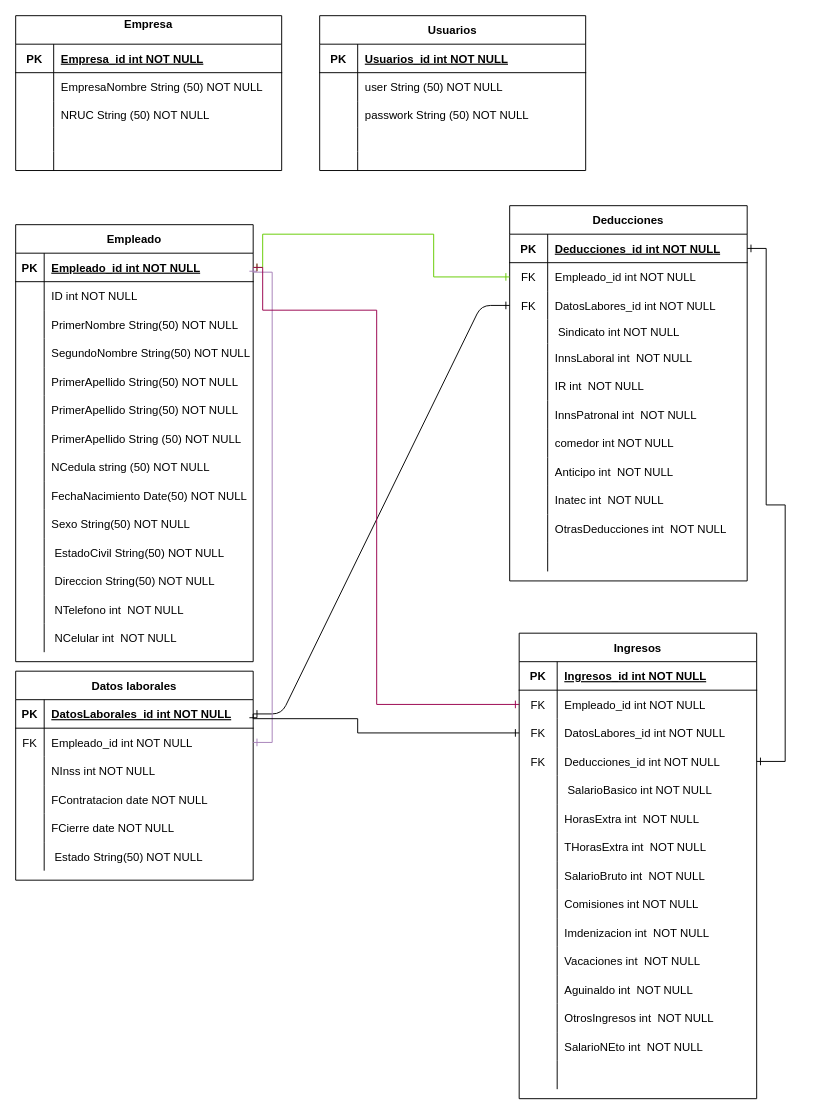
This is Diagrama sin título.drawio from Marlon-urtecho/BDEtityFramework, a draw.io file, before an edit. Source tidied: cells renumbered, new cells numbered last; positions are measured from the earlier drawing's top-left corner, leaving out a move shared by most shapes. Both pictures are drawn from the tidied source at 95%, with x=0, y=0 at pixel (15, 15).
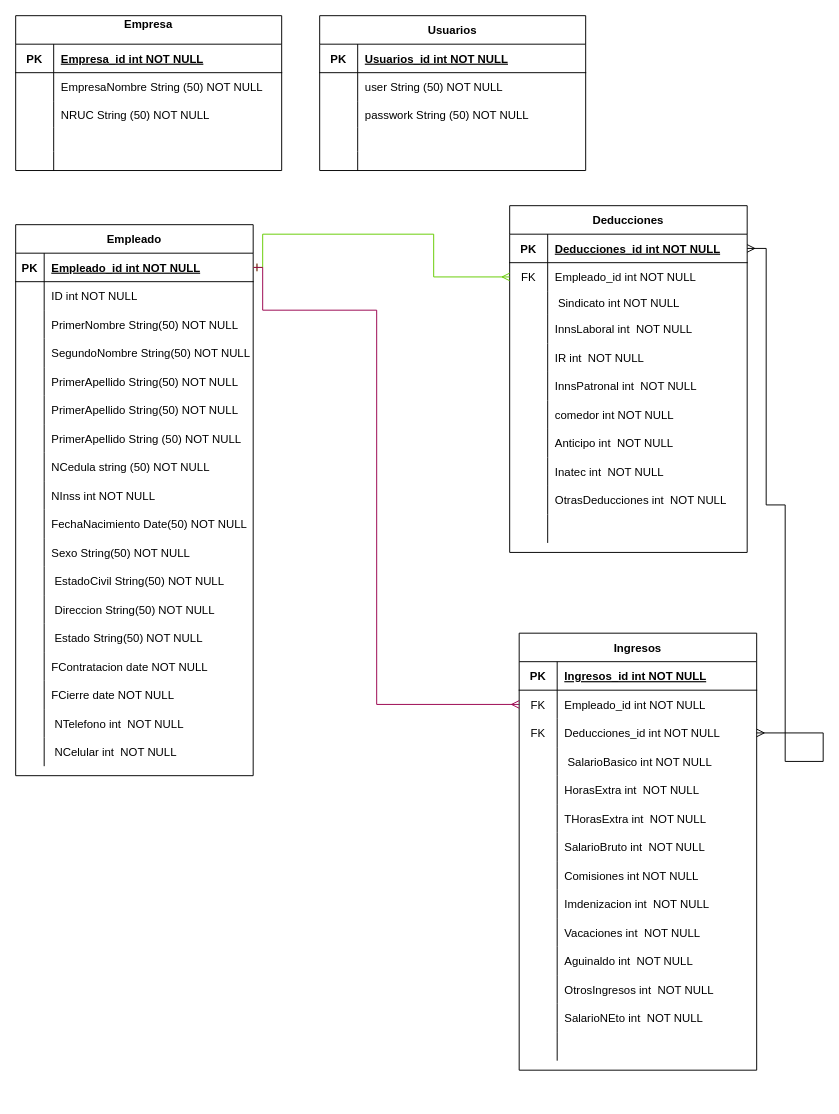
The same page after the edit.

The change refers to these unchanged cells:
```xml
<mxCell id="4" style="shape=partialRectangle;fillColor=none;points=[[0,0.5],[1,0.5]];portConstraint=eastwest;top=0;left=0;right=0;bottom=1;" parent="3" vertex="1">
  <mxGeometry y="30" width="250" height="30" as="geometry" />
</mxCell>
<mxCell id="47" style="shape=partialRectangle;fillColor=none;points=[[0,0.5],[1,0.5]];portConstraint=eastwest;top=0;left=0;right=0;bottom=1;" parent="46" vertex="1">
  <mxGeometry y="30" width="250" height="30" as="geometry" />
</mxCell>
<mxCell id="50" style="shape=partialRectangle;fillColor=none;points=[[0,0.5],[1,0.5]];portConstraint=eastwest;top=0;left=0;right=0;bottom=0;" parent="46" vertex="1">
  <mxGeometry y="60" width="250" height="30" as="geometry" />
</mxCell>
<mxCell id="106" style="shape=partialRectangle;fillColor=none;points=[[0,0.5],[1,0.5]];portConstraint=eastwest;top=0;left=0;right=0;bottom=0;" parent="102" vertex="1">
  <mxGeometry y="60" width="250" height="30" as="geometry" />
</mxCell>
```

The edit, as a diff of the source:
```diff
@@
-    <mxCell id="2" style="edgeStyle=entityRelationEdgeStyle;endArrow=ERone;startArrow=ERone;endFill=0;startFill=0;exitX=1;exitY=0.5;exitDx=0;exitDy=0;" parent="1" edge="1" source="84" target="53">
-      <mxGeometry relative="1" as="geometry">
-        <Array as="points">
-          <mxPoint x="490" y="460" />
-          <mxPoint x="430" y="550" />
-          <mxPoint x="340" y="470" />
-          <mxPoint x="510" y="460" />
-        </Array>
-      </mxGeometry>
-    </mxCell>
     <mxCell id="3" value="Empleado" style="shape=table;startSize=30;childLayout=tableLayout;rowLines=0;fontStyle=1;align=center;" parent="1" vertex="1">
-      <mxGeometry y="220" width="250" height="460" as="geometry" />
+      <mxGeometry y="220" width="250" height="580" as="geometry" />
     </mxCell>
@@
+    <mxCell id="90" style="shape=partialRectangle;fillColor=none;top=0;left=0;right=0;bottom=0;" parent="3" vertex="1">
+      <mxGeometry y="270" width="250" height="30" as="geometry" />
+    </mxCell>
+    <mxCell id="91" style="shape=partialRectangle;overflow=hidden;fillColor=none;top=0;left=0;bottom=0;right=0;" parent="90" vertex="1">
+      <mxGeometry width="30" height="30" as="geometry" />
+    </mxCell>
+    <mxCell id="92" value="NInss int NOT NULL" style="shape=partialRectangle;overflow=hidden;fillColor=none;top=0;left=0;bottom=0;right=0;align=left;spacingLeft=6;" parent="90" vertex="1">
+      <mxGeometry x="30" width="220" height="30" as="geometry" />
+    </mxCell>
     <mxCell id="28" style="shape=partialRectangle;fillColor=none;top=0;left=0;right=0;bottom=0;" parent="3" vertex="1">
-      <mxGeometry y="270" width="250" height="30" as="geometry" />
+      <mxGeometry y="300" width="250" height="30" as="geometry" />
     </mxCell>
@@
     <mxCell id="31" style="shape=partialRectangle;fillColor=none;top=0;left=0;right=0;bottom=0;" parent="3" vertex="1">
-      <mxGeometry y="300" width="250" height="30" as="geometry" />
+      <mxGeometry y="330" width="250" height="30" as="geometry" />
     </mxCell>
@@
     <mxCell id="34" style="shape=partialRectangle;fillColor=none;top=0;left=0;right=0;bottom=0;" parent="3" vertex="1">
-      <mxGeometry y="330" width="250" height="30" as="geometry" />
+      <mxGeometry y="360" width="250" height="30" as="geometry" />
     </mxCell>
@@
     <mxCell id="37" style="shape=partialRectangle;fillColor=none;top=0;left=0;right=0;bottom=0;" parent="3" vertex="1">
-      <mxGeometry y="360" width="250" height="30" as="geometry" />
+      <mxGeometry y="390" width="250" height="30" as="geometry" />
     </mxCell>
@@
+    <mxCell id="99" style="shape=partialRectangle;fillColor=none;top=0;left=0;right=0;bottom=0;" parent="3" vertex="1">
+      <mxGeometry y="420" width="250" height="30" as="geometry" />
+    </mxCell>
+    <mxCell id="100" style="shape=partialRectangle;overflow=hidden;fillColor=none;top=0;left=0;bottom=0;right=0;" parent="99" vertex="1">
+      <mxGeometry width="30" height="30" as="geometry" />
+    </mxCell>
+    <mxCell id="101" value=" Estado String(50) NOT NULL" style="shape=partialRectangle;overflow=hidden;fillColor=none;top=0;left=0;bottom=0;right=0;align=left;spacingLeft=6;" parent="99" vertex="1">
+      <mxGeometry x="30" width="220" height="30" as="geometry" />
+    </mxCell>
+    <mxCell id="93" style="shape=partialRectangle;fillColor=none;top=0;left=0;right=0;bottom=0;" parent="3" vertex="1">
+      <mxGeometry y="450" width="250" height="30" as="geometry" />
+    </mxCell>
+    <mxCell id="94" style="shape=partialRectangle;overflow=hidden;fillColor=none;top=0;left=0;bottom=0;right=0;" parent="93" vertex="1">
+      <mxGeometry width="30" height="30" as="geometry" />
+    </mxCell>
+    <mxCell id="95" value="FContratacion date NOT NULL" style="shape=partialRectangle;overflow=hidden;fillColor=none;top=0;left=0;bottom=0;right=0;align=left;spacingLeft=6;" parent="93" vertex="1">
+      <mxGeometry x="30" width="220" height="30" as="geometry" />
+    </mxCell>
+    <mxCell id="96" style="shape=partialRectangle;fillColor=none;top=0;left=0;right=0;bottom=0;" parent="3" vertex="1">
+      <mxGeometry y="480" width="250" height="30" as="geometry" />
+    </mxCell>
+    <mxCell id="97" style="shape=partialRectangle;overflow=hidden;fillColor=none;top=0;left=0;bottom=0;right=0;" parent="96" vertex="1">
+      <mxGeometry width="30" height="30" as="geometry" />
+    </mxCell>
+    <mxCell id="98" value="FCierre date NOT NULL" style="shape=partialRectangle;overflow=hidden;fillColor=none;top=0;left=0;bottom=0;right=0;align=left;spacingLeft=6;" parent="96" vertex="1">
+      <mxGeometry x="30" width="220" height="30" as="geometry" />
+    </mxCell>
     <mxCell id="40" style="shape=partialRectangle;fillColor=none;top=0;left=0;right=0;bottom=0;" parent="3" vertex="1">
-      <mxGeometry y="390" width="250" height="30" as="geometry" />
+      <mxGeometry y="510" width="250" height="30" as="geometry" />
     </mxCell>
@@
     <mxCell id="43" style="shape=partialRectangle;fillColor=none;top=0;left=0;right=0;bottom=0;" parent="3" vertex="1">
-      <mxGeometry y="420" width="250" height="30" as="geometry" />
+      <mxGeometry y="540" width="250" height="30" as="geometry" />
     </mxCell>
@@
     <mxCell id="46" value="Deducciones" style="shape=table;startSize=30;childLayout=tableLayout;rowLines=0;fontStyle=1;align=center;" parent="1" vertex="1">
-      <mxGeometry x="520" y="200" width="250" height="395" as="geometry" />
+      <mxGeometry x="520" y="200" width="250" height="365" as="geometry" />
     </mxCell>
@@
-    <mxCell id="53" style="shape=partialRectangle;fillColor=none;points=[[0,0.5],[1,0.5]];portConstraint=eastwest;top=0;left=0;right=0;bottom=0;" parent="46" vertex="1">
-      <mxGeometry y="90" width="250" height="30" as="geometry" />
-    </mxCell>
-    <mxCell id="54" value="FK" style="shape=partialRectangle;overflow=hidden;fillColor=none;top=0;left=0;bottom=0;right=0;" parent="53" vertex="1">
-      <mxGeometry width="40" height="30" as="geometry" />
-    </mxCell>
-    <mxCell id="55" value="DatosLabores_id int NOT NULL" style="shape=partialRectangle;overflow=hidden;fillColor=none;top=0;left=0;bottom=0;right=0;align=left;spacingLeft=6;" parent="53" vertex="1">
-      <mxGeometry x="40" width="210" height="30" as="geometry" />
-    </mxCell>
     <mxCell id="56" style="shape=partialRectangle;fillColor=none;top=0;left=0;right=0;bottom=0;" parent="46" vertex="1">
-      <mxGeometry y="120" width="250" height="25" as="geometry" />
+      <mxGeometry y="90" width="250" height="25" as="geometry" />
     </mxCell>
@@
     <mxCell id="59" style="shape=partialRectangle;fillColor=none;top=0;left=0;right=0;bottom=0;" parent="46" vertex="1">
-      <mxGeometry y="145" width="250" height="30" as="geometry" />
+      <mxGeometry y="115" width="250" height="30" as="geometry" />
     </mxCell>
@@
     <mxCell id="62" style="shape=partialRectangle;fillColor=none;top=0;left=0;right=0;bottom=0;" parent="46" vertex="1">
-      <mxGeometry y="175" width="250" height="30" as="geometry" />
+      <mxGeometry y="145" width="250" height="30" as="geometry" />
     </mxCell>
@@
     <mxCell id="65" style="shape=partialRectangle;fillColor=none;top=0;left=0;right=0;bottom=0;" parent="46" vertex="1">
-      <mxGeometry y="205" width="250" height="30" as="geometry" />
+      <mxGeometry y="175" width="250" height="30" as="geometry" />
     </mxCell>
@@
     <mxCell id="68" style="shape=partialRectangle;fillColor=none;top=0;left=0;right=0;bottom=0;" parent="46" vertex="1">
-      <mxGeometry y="235" width="250" height="30" as="geometry" />
+      <mxGeometry y="205" width="250" height="30" as="geometry" />
     </mxCell>
@@
     <mxCell id="71" style="shape=partialRectangle;fillColor=none;top=0;left=0;right=0;bottom=0;" parent="46" vertex="1">
-      <mxGeometry y="265" width="250" height="30" as="geometry" />
+      <mxGeometry y="235" width="250" height="30" as="geometry" />
     </mxCell>
@@
     <mxCell id="74" style="shape=partialRectangle;fillColor=none;top=0;left=0;right=0;bottom=0;" parent="46" vertex="1">
-      <mxGeometry y="295" width="250" height="30" as="geometry" />
+      <mxGeometry y="265" width="250" height="30" as="geometry" />
     </mxCell>
@@
     <mxCell id="77" style="shape=partialRectangle;fillColor=none;top=0;left=0;right=0;bottom=0;" parent="46" vertex="1">
-      <mxGeometry y="325" width="250" height="30" as="geometry" />
+      <mxGeometry y="295" width="250" height="30" as="geometry" />
     </mxCell>
@@
     <mxCell id="80" style="shape=partialRectangle;fillColor=none;top=0;left=0;right=0;bottom=0;" parent="46" vertex="1">
-      <mxGeometry y="355" width="250" height="30" as="geometry" />
+      <mxGeometry y="325" width="250" height="30" as="geometry" />
     </mxCell>
@@
-    <mxCell id="83" value="Datos laborales" style="shape=table;startSize=30;childLayout=tableLayout;rowLines=0;fontStyle=1;align=center;" parent="1" vertex="1">
-      <mxGeometry y="690" width="250" height="220" as="geometry" />
-    </mxCell>
-    <mxCell id="84" style="shape=partialRectangle;fillColor=none;points=[[0,0.5],[1,0.5]];portConstraint=eastwest;top=0;left=0;right=0;bottom=1;" parent="83" vertex="1">
-      <mxGeometry y="30" width="250" height="30" as="geometry" />
-    </mxCell>
-    <mxCell id="85" value="PK" style="shape=partialRectangle;overflow=hidden;fillColor=none;top=0;left=0;bottom=0;right=0;fontStyle=1;" parent="84" vertex="1">
-      <mxGeometry width="30" height="30" as="geometry" />
-    </mxCell>
-    <mxCell id="86" value="DatosLaborales_id int NOT NULL " style="shape=partialRectangle;overflow=hidden;fillColor=none;top=0;left=0;bottom=0;right=0;align=left;spacingLeft=6;fontStyle=5;" parent="84" vertex="1">
-      <mxGeometry x="30" width="220" height="30" as="geometry" />
-    </mxCell>
-    <mxCell id="87" style="shape=partialRectangle;fillColor=none;points=[[0,0.5],[1,0.5]];portConstraint=eastwest;top=0;left=0;right=0;bottom=0;" parent="83" vertex="1">
-      <mxGeometry y="60" width="250" height="30" as="geometry" />
-    </mxCell>
-    <mxCell id="88" value="FK" style="shape=partialRectangle;overflow=hidden;fillColor=none;top=0;left=0;bottom=0;right=0;" parent="87" vertex="1">
-      <mxGeometry width="30" height="30" as="geometry" />
-    </mxCell>
-    <mxCell id="89" value="Empleado_id int NOT NULL" style="shape=partialRectangle;overflow=hidden;fillColor=none;top=0;left=0;bottom=0;right=0;align=left;spacingLeft=6;" parent="87" vertex="1">
-      <mxGeometry x="30" width="220" height="30" as="geometry" />
-    </mxCell>
-    <mxCell id="90" style="shape=partialRectangle;fillColor=none;top=0;left=0;right=0;bottom=0;" parent="83" vertex="1">
-      <mxGeometry y="90" width="250" height="30" as="geometry" />
-    </mxCell>
-    <mxCell id="91" style="shape=partialRectangle;overflow=hidden;fillColor=none;top=0;left=0;bottom=0;right=0;" parent="90" vertex="1">
-      <mxGeometry width="30" height="30" as="geometry" />
-    </mxCell>
-    <mxCell id="92" value="NInss int NOT NULL" style="shape=partialRectangle;overflow=hidden;fillColor=none;top=0;left=0;bottom=0;right=0;align=left;spacingLeft=6;" parent="90" vertex="1">
-      <mxGeometry x="30" width="220" height="30" as="geometry" />
-    </mxCell>
-    <mxCell id="93" style="shape=partialRectangle;fillColor=none;top=0;left=0;right=0;bottom=0;" parent="83" vertex="1">
-      <mxGeometry y="120" width="250" height="30" as="geometry" />
-    </mxCell>
-    <mxCell id="94" style="shape=partialRectangle;overflow=hidden;fillColor=none;top=0;left=0;bottom=0;right=0;" parent="93" vertex="1">
-      <mxGeometry width="30" height="30" as="geometry" />
-    </mxCell>
-    <mxCell id="95" value="FContratacion date NOT NULL" style="shape=partialRectangle;overflow=hidden;fillColor=none;top=0;left=0;bottom=0;right=0;align=left;spacingLeft=6;" parent="93" vertex="1">
-      <mxGeometry x="30" width="220" height="30" as="geometry" />
-    </mxCell>
-    <mxCell id="96" style="shape=partialRectangle;fillColor=none;top=0;left=0;right=0;bottom=0;" parent="83" vertex="1">
-      <mxGeometry y="150" width="250" height="30" as="geometry" />
-    </mxCell>
-    <mxCell id="97" style="shape=partialRectangle;overflow=hidden;fillColor=none;top=0;left=0;bottom=0;right=0;" parent="96" vertex="1">
-      <mxGeometry width="30" height="30" as="geometry" />
-    </mxCell>
-    <mxCell id="98" value="FCierre date NOT NULL" style="shape=partialRectangle;overflow=hidden;fillColor=none;top=0;left=0;bottom=0;right=0;align=left;spacingLeft=6;" parent="96" vertex="1">
-      <mxGeometry x="30" width="220" height="30" as="geometry" />
-    </mxCell>
-    <mxCell id="99" style="shape=partialRectangle;fillColor=none;top=0;left=0;right=0;bottom=0;" parent="83" vertex="1">
-      <mxGeometry y="180" width="250" height="30" as="geometry" />
-    </mxCell>
-    <mxCell id="100" style="shape=partialRectangle;overflow=hidden;fillColor=none;top=0;left=0;bottom=0;right=0;" parent="99" vertex="1">
-      <mxGeometry width="30" height="30" as="geometry" />
-    </mxCell>
-    <mxCell id="101" value=" Estado String(50) NOT NULL" style="shape=partialRectangle;overflow=hidden;fillColor=none;top=0;left=0;bottom=0;right=0;align=left;spacingLeft=6;" parent="99" vertex="1">
-      <mxGeometry x="30" width="220" height="30" as="geometry" />
-    </mxCell>
     <mxCell id="102" value="Ingresos" style="shape=table;startSize=30;childLayout=tableLayout;rowLines=0;fontStyle=1;align=center;" parent="1" vertex="1">
-      <mxGeometry x="530" y="650" width="250" height="490" as="geometry" />
+      <mxGeometry x="530" y="650" width="250" height="460" as="geometry" />
     </mxCell>
@@
-    <mxCell id="109" style="shape=partialRectangle;fillColor=none;points=[[0,0.5],[1,0.5]];portConstraint=eastwest;top=0;left=0;right=0;bottom=0;" parent="102" vertex="1">
-      <mxGeometry y="90" width="250" height="30" as="geometry" />
-    </mxCell>
-    <mxCell id="110" value="FK" style="shape=partialRectangle;overflow=hidden;fillColor=none;top=0;left=0;bottom=0;right=0;" parent="109" vertex="1">
-      <mxGeometry width="40" height="30" as="geometry" />
-    </mxCell>
-    <mxCell id="111" value="DatosLabores_id int NOT NULL" style="shape=partialRectangle;overflow=hidden;fillColor=none;top=0;left=0;bottom=0;right=0;align=left;spacingLeft=6;" parent="109" vertex="1">
-      <mxGeometry x="40" width="210" height="30" as="geometry" />
-    </mxCell>
     <mxCell id="112" style="shape=partialRectangle;fillColor=none;points=[[0,0.5],[1,0.5]];portConstraint=eastwest;top=0;left=0;right=0;bottom=0;" parent="102" vertex="1">
-      <mxGeometry y="120" width="250" height="30" as="geometry" />
+      <mxGeometry y="90" width="250" height="30" as="geometry" />
     </mxCell>
@@
     <mxCell id="115" style="shape=partialRectangle;fillColor=none;top=0;left=0;right=0;bottom=0;" parent="102" vertex="1">
-      <mxGeometry y="150" width="250" height="30" as="geometry" />
+      <mxGeometry y="120" width="250" height="30" as="geometry" />
     </mxCell>
@@
     <mxCell id="118" style="shape=partialRectangle;fillColor=none;top=0;left=0;right=0;bottom=0;" parent="102" vertex="1">
-      <mxGeometry y="180" width="250" height="30" as="geometry" />
+      <mxGeometry y="150" width="250" height="30" as="geometry" />
     </mxCell>
@@
     <mxCell id="121" style="shape=partialRectangle;fillColor=none;top=0;left=0;right=0;bottom=0;" parent="102" vertex="1">
-      <mxGeometry y="210" width="250" height="30" as="geometry" />
+      <mxGeometry y="180" width="250" height="30" as="geometry" />
     </mxCell>
@@
     <mxCell id="124" style="shape=partialRectangle;fillColor=none;top=0;left=0;right=0;bottom=0;" parent="102" vertex="1">
-      <mxGeometry y="240" width="250" height="30" as="geometry" />
+      <mxGeometry y="210" width="250" height="30" as="geometry" />
     </mxCell>
@@
     <mxCell id="127" style="shape=partialRectangle;fillColor=none;top=0;left=0;right=0;bottom=0;" parent="102" vertex="1">
-      <mxGeometry y="270" width="250" height="30" as="geometry" />
+      <mxGeometry y="240" width="250" height="30" as="geometry" />
     </mxCell>
@@
     <mxCell id="130" style="shape=partialRectangle;fillColor=none;top=0;left=0;right=0;bottom=0;" parent="102" vertex="1">
-      <mxGeometry y="300" width="250" height="30" as="geometry" />
+      <mxGeometry y="270" width="250" height="30" as="geometry" />
     </mxCell>
@@
     <mxCell id="133" style="shape=partialRectangle;fillColor=none;top=0;left=0;right=0;bottom=0;" parent="102" vertex="1">
-      <mxGeometry y="330" width="250" height="30" as="geometry" />
+      <mxGeometry y="300" width="250" height="30" as="geometry" />
     </mxCell>
@@
     <mxCell id="136" style="shape=partialRectangle;fillColor=none;top=0;left=0;right=0;bottom=0;" parent="102" vertex="1">
-      <mxGeometry y="360" width="250" height="30" as="geometry" />
+      <mxGeometry y="330" width="250" height="30" as="geometry" />
     </mxCell>
@@
     <mxCell id="139" style="shape=partialRectangle;fillColor=none;top=0;left=0;right=0;bottom=0;" parent="102" vertex="1">
-      <mxGeometry y="390" width="250" height="30" as="geometry" />
+      <mxGeometry y="360" width="250" height="30" as="geometry" />
     </mxCell>
@@
     <mxCell id="142" style="shape=partialRectangle;fillColor=none;top=0;left=0;right=0;bottom=0;" parent="102" vertex="1">
-      <mxGeometry y="420" width="250" height="30" as="geometry" />
+      <mxGeometry y="390" width="250" height="30" as="geometry" />
     </mxCell>
@@
     <mxCell id="145" style="shape=partialRectangle;fillColor=none;top=0;left=0;right=0;bottom=0;" parent="102" vertex="1">
-      <mxGeometry y="450" width="250" height="30" as="geometry" />
+      <mxGeometry y="420" width="250" height="30" as="geometry" />
     </mxCell>
@@
-    <mxCell id="148" style="edgeStyle=orthogonalEdgeStyle;rounded=0;jettySize=auto;html=1;exitX=1;exitY=0.5;exitDx=0;exitDy=0;entryX=0;entryY=0.5;entryDx=0;entryDy=0;startArrow=ERone;startFill=0;endArrow=ERone;endFill=0;strokeColor=#66CC00;" parent="1" edge="1" source="4" target="50">
+    <mxCell id="148" style="edgeStyle=orthogonalEdgeStyle;rounded=0;jettySize=auto;html=1;exitX=1;exitY=0.5;exitDx=0;exitDy=0;entryX=0;entryY=0.5;entryDx=0;entryDy=0;startArrow=ERone;startFill=0;endArrow=ERmany;endFill=0;strokeColor=#66CC00;" parent="1" edge="1" source="4" target="50">
       <mxGeometry relative="1" as="geometry">
         <Array as="points">
           <mxPoint x="260" y="265" />
           <mxPoint x="260" y="230" />
           <mxPoint x="440" y="230" />
           <mxPoint x="440" y="275" />
         </Array>
       </mxGeometry>
     </mxCell>
-    <mxCell id="149" style="edgeStyle=orthogonalEdgeStyle;rounded=0;jettySize=auto;html=1;exitX=1;exitY=0.5;exitDx=0;exitDy=0;startArrow=ERone;startFill=0;endArrow=ERone;endFill=0;strokeColor=#A680B8;" parent="1" edge="1" source="4" target="87">
-      <mxGeometry relative="1" as="geometry">
-        <Array as="points">
-          <mxPoint x="250" y="270" />
-          <mxPoint x="270" y="270" />
-          <mxPoint x="270" y="765" />
-        </Array>
-      </mxGeometry>
-    </mxCell>
-    <mxCell id="150" style="edgeStyle=orthogonalEdgeStyle;rounded=0;jettySize=auto;html=1;exitX=1;exitY=0.5;exitDx=0;exitDy=0;endArrow=ERone;endFill=0;startArrow=ERone;startFill=0;" parent="1" edge="1" source="47" target="112">
+    <mxCell id="150" style="edgeStyle=orthogonalEdgeStyle;rounded=0;jettySize=auto;html=1;exitX=1;exitY=0.5;exitDx=0;exitDy=0;endArrow=ERmany;endFill=0;startArrow=ERmany;startFill=0;" parent="1" edge="1" source="47" target="112">
       <mxGeometry relative="1" as="geometry">
         <Array as="points">
           <mxPoint x="790" y="245" />
           <mxPoint x="790" y="515" />
           <mxPoint x="810" y="515" />
           <mxPoint x="810" y="785" />
+          <mxPoint x="850" y="785" />
+          <mxPoint x="850" y="755" />
         </Array>
       </mxGeometry>
     </mxCell>
-    <mxCell id="151" style="edgeStyle=orthogonalEdgeStyle;rounded=0;jettySize=auto;html=1;exitX=1;exitY=0.5;exitDx=0;exitDy=0;startArrow=ERone;startFill=0;endArrow=ERone;endFill=0;strokeColor=#99004D;" parent="1" edge="1" source="4" target="106">
+    <mxCell id="151" style="edgeStyle=orthogonalEdgeStyle;rounded=0;jettySize=auto;html=1;exitX=1;exitY=0.5;exitDx=0;exitDy=0;startArrow=ERone;startFill=0;endArrow=ERmany;endFill=0;strokeColor=#99004D;" parent="1" edge="1" source="4" target="106">
       <mxGeometry relative="1" as="geometry">
         <Array as="points">
           <mxPoint x="260" y="265" />
           <mxPoint x="260" y="310" />
           <mxPoint x="380" y="310" />
           <mxPoint x="380" y="725" />
         </Array>
       </mxGeometry>
     </mxCell>
-    <mxCell id="152" style="edgeStyle=orthogonalEdgeStyle;rounded=0;jettySize=auto;html=1;exitX=1;exitY=0.5;exitDx=0;exitDy=0;endArrow=ERone;endFill=0;startArrow=ERone;startFill=0;" parent="1" edge="1" source="84" target="109">
-      <mxGeometry relative="1" as="geometry">
-        <Array as="points">
-          <mxPoint x="250" y="740" />
-          <mxPoint x="360" y="740" />
-          <mxPoint x="360" y="755" />
-        </Array>
-      </mxGeometry>
-    </mxCell>
```
